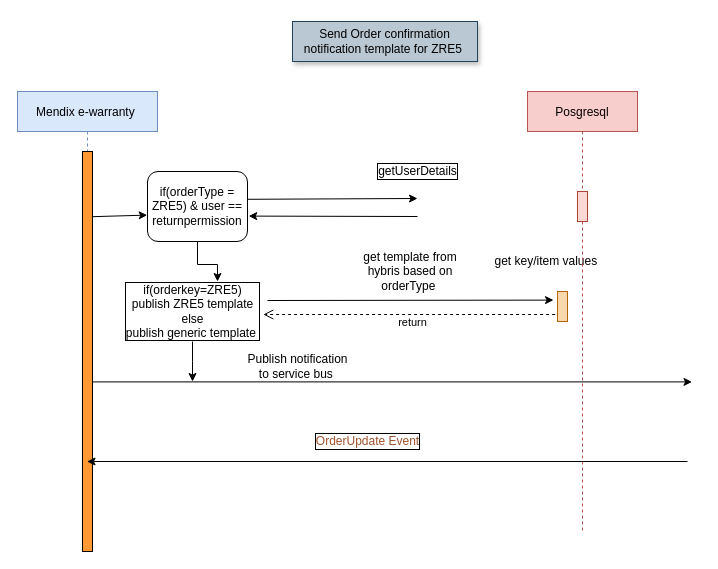
Earlier version of the draw.io diagram Untitled Diagram.drawio (MrMetalAddict/Retail-Mon). Source tidied: cells renumbered, new cells numbered last; positions are measured from the earlier drawing's top-left corner, leaving out a move shared by most shapes. Both pictures are drawn from the tidied source at 100%, with x=0, y=0 at pixel (17, 21).
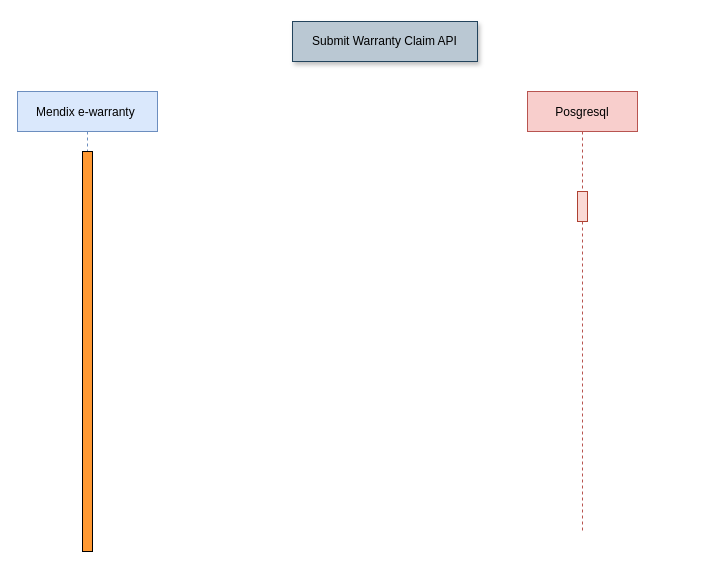
The same page after the edit.

Unchanged cells that the change refers to:
```xml
<mxCell id="2" value="Mendix e-warranty " style="shape=umlLifeline;perimeter=lifelinePerimeter;rounded=0;shadow=0;strokeWidth=1;fillColor=#dae8fc;strokeColor=#6c8ebf;" parent="1" vertex="1">
  <mxGeometry y="70" width="140" height="440" as="geometry" />
</mxCell>
<mxCell id="3" style="points=[];perimeter=orthogonalPerimeter;rounded=0;shadow=0;strokeWidth=1;fillColor=#FF9933;" parent="2" vertex="1">
  <mxGeometry x="65" y="60" width="10" height="400" as="geometry" />
</mxCell>
```

The edit, as a diff of the source:
```diff
@@
-    <mxCell id="4" value="Send Order confirmation notification template for ZRE5&amp;nbsp;" style="text;html=1;align=center;verticalAlign=middle;whiteSpace=wrap;rounded=0;shadow=1;fillColor=#bac8d3;strokeColor=#23445d;" parent="1" vertex="1">
+    <mxCell id="4" value="Submit Warranty Claim API" style="text;html=1;align=center;verticalAlign=middle;whiteSpace=wrap;rounded=0;shadow=1;fillColor=#bac8d3;strokeColor=#23445d;" parent="1" vertex="1">
       <mxGeometry x="275" width="185" height="40" as="geometry" />
     </mxCell>
-    <mxCell id="5" style="edgeStyle=orthogonalEdgeStyle;rounded=0;jettySize=auto;html=1;" parent="1" edge="1" source="6">
-      <mxGeometry relative="1" as="geometry">
-        <mxPoint x="200" y="260" as="targetPoint" />
-        <Array as="points">
-          <mxPoint x="180" y="243" />
-          <mxPoint x="200" y="243" />
-        </Array>
-      </mxGeometry>
-    </mxCell>
-    <mxCell id="6" value="if(orderType = ZRE5) &amp;amp; user == returnpermission" style="rounded=1;whiteSpace=wrap;html=1;" parent="1" vertex="1">
-      <mxGeometry x="130" y="150" width="100" height="70" as="geometry" />
-    </mxCell>
-    <mxCell id="7" style="endArrow=classic;html=1;entryX=-0.003;entryY=0.623;entryDx=0;entryDy=0;entryPerimeter=0;exitX=0.94;exitY=0.163;exitDx=0;exitDy=0;exitPerimeter=0;" parent="1" edge="1" source="3" target="6">
-      <mxGeometry relative="1" as="geometry" />
-    </mxCell>
-    <mxCell id="8" value="Publish notification &lt;br&gt;to service bus&amp;nbsp;" style="text;html=1;align=center;verticalAlign=middle;labelBorderColor=none;" parent="1" vertex="1">
-      <mxGeometry x="220" y="330" width="120" height="30" as="geometry" />
-    </mxCell>
-    <mxCell id="9" style="endArrow=classic;html=1;entryX=-0.4;entryY=0.287;entryDx=0;entryDy=0;entryPerimeter=0;" parent="1" edge="1" target="23">
-      <mxGeometry relative="1" as="geometry">
-        <mxPoint x="250" y="279" as="sourcePoint" />
-      </mxGeometry>
-    </mxCell>
-    <mxCell id="10" value="get key/item values&amp;nbsp;" style="text;html=1;align=center;verticalAlign=middle;" parent="1" vertex="1">
-      <mxGeometry x="470" y="230" width="120" height="20" as="geometry" />
-    </mxCell>
@@
-    <mxCell id="12" value="get template from hybris based on orderType&amp;nbsp;" style="text;html=1;strokeColor=none;fillColor=none;align=center;verticalAlign=middle;whiteSpace=wrap;rounded=0;" parent="1" vertex="1">
-      <mxGeometry x="332.5" y="240" width="120" height="20" as="geometry" />
-    </mxCell>
@@
-    <mxCell id="15" style="endArrow=classic;html=1;exitX=1.004;exitY=0.397;exitDx=0;exitDy=0;exitPerimeter=0;" parent="1" edge="1" source="6">
-      <mxGeometry relative="1" as="geometry">
-        <mxPoint x="400" y="177" as="targetPoint" />
-      </mxGeometry>
-    </mxCell>
-    <mxCell id="16" value="getUserDetails" style="text;html=1;align=center;verticalAlign=middle;labelBackgroundColor=#ffffff;labelBorderColor=#000000;" parent="1" vertex="1">
-      <mxGeometry x="355" y="140" width="90" height="20" as="geometry" />
-    </mxCell>
-    <mxCell id="17" style="endArrow=classic;html=1;entryX=1.012;entryY=0.637;entryDx=0;entryDy=0;entryPerimeter=0;" parent="1" edge="1" target="6">
-      <mxGeometry relative="1" as="geometry">
-        <mxPoint x="400" y="195" as="sourcePoint" />
-      </mxGeometry>
-    </mxCell>
-    <mxCell id="18" value="&lt;span style=&quot;color: #a0522d&quot;&gt;OrderUpdate Event&lt;/span&gt;" style="text;html=1;align=center;verticalAlign=middle;labelBackgroundColor=none;labelBorderColor=#000000;" parent="1" vertex="1">
-      <mxGeometry x="290" y="410" width="120" height="20" as="geometry" />
-    </mxCell>
-    <mxCell id="19" style="endArrow=classic;html=1;exitX=1.02;exitY=0.576;exitDx=0;exitDy=0;exitPerimeter=0;" parent="1" edge="1" source="3">
-      <mxGeometry relative="1" as="geometry">
-        <mxPoint x="674.5" y="360.4" as="targetPoint" />
-      </mxGeometry>
-    </mxCell>
-    <mxCell id="20" style="edgeStyle=orthogonalEdgeStyle;rounded=0;jettySize=auto;html=1;" parent="1" edge="1" source="21">
-      <mxGeometry relative="1" as="geometry">
-        <mxPoint x="175" y="360" as="targetPoint" />
-      </mxGeometry>
-    </mxCell>
-    <mxCell id="21" value="&lt;span&gt;if(orderkey=ZRE5) &lt;br&gt;publish ZRE5 template&lt;br&gt;else&lt;br&gt;publish generic template&amp;nbsp;&lt;/span&gt;" style="text;html=1;align=center;verticalAlign=middle;points=[];labelBorderColor=#000000;" parent="1" vertex="1">
-      <mxGeometry x="100" y="260" width="150" height="60" as="geometry" />
-    </mxCell>
-    <mxCell id="22" style="endArrow=classic;html=1;" parent="1" edge="1" target="2">
-      <mxGeometry relative="1" as="geometry">
-        <mxPoint x="670" y="440" as="sourcePoint" />
-      </mxGeometry>
-    </mxCell>
-    <mxCell id="23" style="html=1;points=[];perimeter=orthogonalPerimeter;labelBackgroundColor=#ffffff;fillColor=#fad7ac;strokeColor=#b46504;" parent="1" vertex="1">
-      <mxGeometry x="540" y="270" width="10" height="30" as="geometry" />
-    </mxCell>
-    <mxCell id="24" value="return" style="html=1;verticalAlign=bottom;endArrow=open;dashed=1;endSize=8;exitX=-0.24;exitY=0.767;exitDx=0;exitDy=0;exitPerimeter=0;" parent="1" edge="1" source="23">
-      <mxGeometry x="-0.02" y="17" relative="1" as="geometry">
-        <mxPoint x="245.8" y="293" as="targetPoint" />
-      </mxGeometry>
-    </mxCell>
```
